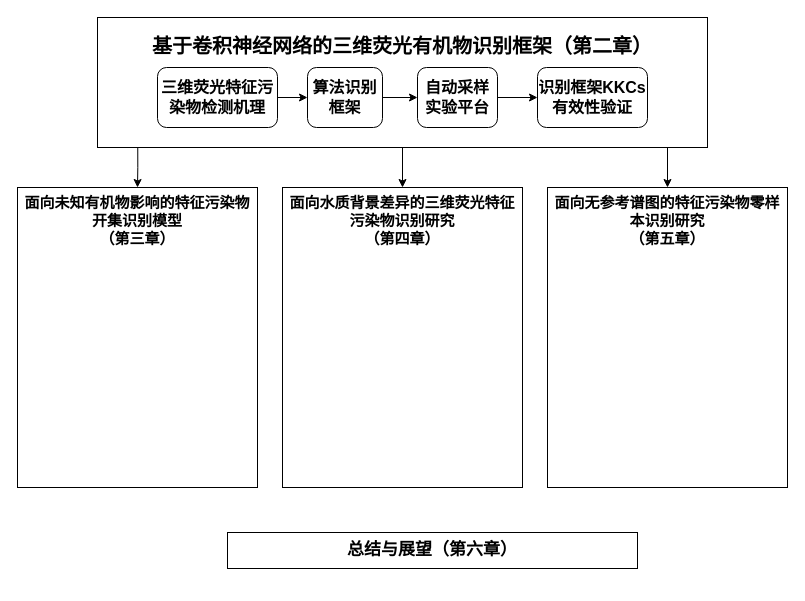
The draw.io diagram thesis.drawio in chbambooshoot/digram, before the edit. Source tidied: cells renumbered, new cells numbered last; positions are measured from the earlier drawing's top-left corner, leaving out a move shared by most shapes. Both pictures are drawn from the tidied source at 100%, with x=0, y=0 at pixel (17, 17).
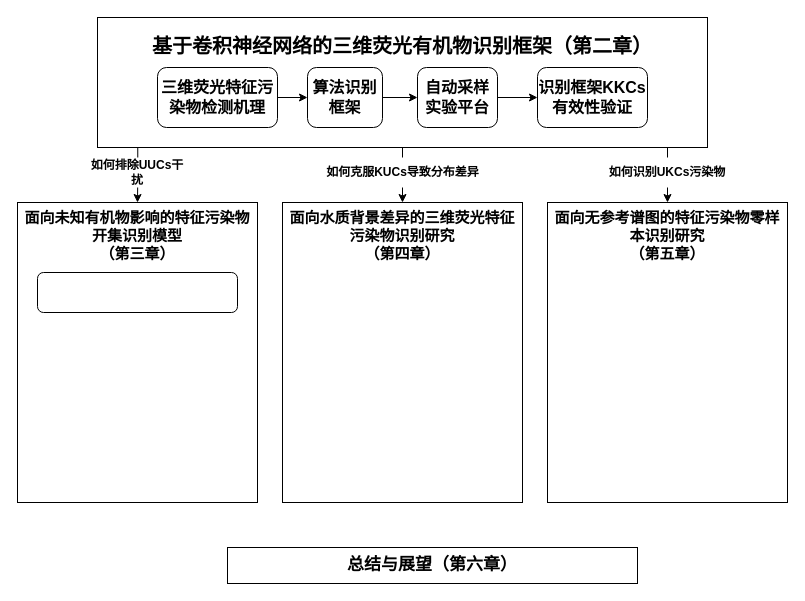
The same page after the edit.

Unchanged cells that the change refers to:
```xml
<mxCell id="3" value="&lt;font size=&quot;1&quot; style=&quot;&quot;&gt;&lt;span style=&quot;text-indent: 0cm; background-color: initial;&quot;&gt;&lt;b style=&quot;font-size: 20px;&quot;&gt;基于卷积神经网络的三维荧光有机物识别框架（第二章）&lt;br&gt;&lt;/b&gt;&lt;/span&gt;&lt;/font&gt;&lt;br&gt;&lt;br&gt;&lt;br&gt;&lt;br&gt;&lt;h1 style=&quot;text-indent:0cm;mso-list:l0 level1 lfo1&quot;&gt;&lt;span lang=&quot;EN-US&quot;&gt;&lt;/span&gt;&lt;/h1&gt;" style="rounded=0;whiteSpace=wrap;html=1;fontFamily=仿宋;" parent="1" vertex="1">
  <mxGeometry x="80" width="610" height="130" as="geometry" />
</mxCell>
```

Diff of the diagram source:
```diff
@@
     <mxCell id="4" value="&lt;font style=&quot;border-color: var(--border-color); font-size: 15px;&quot;&gt;&lt;b style=&quot;border-color: var(--border-color); font-size: 15px;&quot;&gt;面向未知有机物影响的特征污染物开集识别模型&lt;br&gt;（第三章）&lt;br&gt;&lt;br&gt;&lt;br&gt;&lt;br&gt;&lt;br&gt;&lt;br style=&quot;font-size: 15px;&quot;&gt;&lt;br style=&quot;font-size: 15px;&quot;&gt;&lt;br style=&quot;font-size: 15px;&quot;&gt;&lt;br style=&quot;font-size: 15px;&quot;&gt;&lt;br style=&quot;font-size: 15px;&quot;&gt;&lt;br style=&quot;font-size: 15px;&quot;&gt;&lt;br style=&quot;font-size: 15px;&quot;&gt;&lt;br style=&quot;font-size: 15px;&quot;&gt;&lt;br style=&quot;border-color: var(--border-color); font-size: 15px;&quot;&gt;&lt;/b&gt;&lt;/font&gt;" style="rounded=0;whiteSpace=wrap;html=1;fontFamily=仿宋;fontSize=15;" parent="1" vertex="1">
-      <mxGeometry y="170" width="240" height="300" as="geometry" />
+      <mxGeometry y="185" width="240" height="300" as="geometry" />
     </mxCell>
     <mxCell id="5" value="&lt;font style=&quot;border-color: var(--border-color); font-size: 15px;&quot;&gt;&lt;b style=&quot;border-color: var(--border-color); font-size: 15px;&quot;&gt;面向水质背景差异的三维荧光特征污染物识别研究&lt;br style=&quot;font-size: 15px;&quot;&gt;（第四章）&lt;br&gt;&lt;br&gt;&lt;br&gt;&lt;br&gt;&lt;br&gt;&lt;br style=&quot;font-size: 15px;&quot;&gt;&lt;b style=&quot;border-color: var(--border-color); font-size: 15px;&quot;&gt;&lt;br style=&quot;border-color: var(--border-color); font-size: 15px;&quot;&gt;&lt;br style=&quot;border-color: var(--border-color); font-size: 15px;&quot;&gt;&lt;br style=&quot;border-color: var(--border-color); font-size: 15px;&quot;&gt;&lt;br style=&quot;border-color: var(--border-color); font-size: 15px;&quot;&gt;&lt;br style=&quot;border-color: var(--border-color); font-size: 15px;&quot;&gt;&lt;br style=&quot;border-color: var(--border-color); font-size: 15px;&quot;&gt;&lt;br style=&quot;border-color: var(--border-color); font-size: 15px;&quot;&gt;&lt;br style=&quot;border-color: var(--border-color); font-size: 15px;&quot;&gt;&lt;/b&gt;&lt;/b&gt;&lt;/font&gt;" style="rounded=0;whiteSpace=wrap;html=1;fontFamily=仿宋;fontSize=15;" parent="1" vertex="1">
-      <mxGeometry x="265" y="170" width="240" height="300" as="geometry" />
+      <mxGeometry x="265" y="185" width="240" height="300" as="geometry" />
     </mxCell>
     <mxCell id="6" value="&lt;font style=&quot;border-color: var(--border-color); font-size: 15px;&quot;&gt;&lt;b style=&quot;border-color: var(--border-color); font-size: 15px;&quot;&gt;面向无参考谱图的特征污染物零样本识别研究&lt;br style=&quot;font-size: 15px;&quot;&gt;（第五章）&lt;br&gt;&lt;br&gt;&lt;br&gt;&lt;br&gt;&lt;br&gt;&lt;br style=&quot;font-size: 15px;&quot;&gt;&lt;b style=&quot;border-color: var(--border-color); font-size: 15px;&quot;&gt;&lt;br style=&quot;border-color: var(--border-color); font-size: 15px;&quot;&gt;&lt;br style=&quot;border-color: var(--border-color); font-size: 15px;&quot;&gt;&lt;br style=&quot;border-color: var(--border-color); font-size: 15px;&quot;&gt;&lt;br style=&quot;border-color: var(--border-color); font-size: 15px;&quot;&gt;&lt;br style=&quot;border-color: var(--border-color); font-size: 15px;&quot;&gt;&lt;br style=&quot;border-color: var(--border-color); font-size: 15px;&quot;&gt;&lt;br style=&quot;border-color: var(--border-color); font-size: 15px;&quot;&gt;&lt;br style=&quot;border-color: var(--border-color); font-size: 15px;&quot;&gt;&lt;/b&gt;&lt;/b&gt;&lt;/font&gt;" style="rounded=0;whiteSpace=wrap;html=1;fontFamily=仿宋;fontSize=15;" parent="1" vertex="1">
-      <mxGeometry x="530" y="170" width="240" height="300" as="geometry" />
+      <mxGeometry x="530" y="185" width="240" height="300" as="geometry" />
     </mxCell>
     <mxCell id="7" value="&lt;b&gt;&lt;font style=&quot;font-size: 17px;&quot;&gt;总结与展望（第六章）&lt;/font&gt;&lt;/b&gt;" style="rounded=0;whiteSpace=wrap;html=1;fontFamily=仿宋;" parent="1" vertex="1">
-      <mxGeometry x="210" y="515" width="410" height="36" as="geometry" />
+      <mxGeometry x="210" y="530" width="410" height="36" as="geometry" />
     </mxCell>
@@
-    <mxCell id="15" style="edgeStyle=orthogonalEdgeStyle;rounded=0;jettySize=auto;html=1;exitX=0.066;exitY=0.998;exitDx=0;exitDy=0;exitPerimeter=0;" parent="1" edge="1" source="3">
-      <mxGeometry relative="1" as="geometry">
-        <mxPoint x="120" y="170" as="targetPoint" />
-      </mxGeometry>
+    <mxCell id="15" style="edgeStyle=orthogonalEdgeStyle;rounded=0;jettySize=auto;html=1;exitX=0.066;exitY=0.998;exitDx=0;exitDy=0;exitPerimeter=0;entryX=0.5;entryY=0;entryDx=0;entryDy=0;" parent="1" edge="1" source="3" target="4">
+      <mxGeometry relative="1" as="geometry" />
     </mxCell>
@@
+    <mxCell id="17" style="rounded=1;whiteSpace=wrap;html=1;" parent="1" vertex="1">
+      <mxGeometry x="20" y="255" width="200" height="40" as="geometry" />
+    </mxCell>
+    <mxCell id="18" value="如何排除UUCs干扰" style="text;html=1;align=center;verticalAlign=middle;whiteSpace=wrap;rounded=0;fontFamily=仿宋;fontStyle=1;fillColor=default;" parent="1" vertex="1">
+      <mxGeometry x="70" y="140" width="100" height="30" as="geometry" />
+    </mxCell>
+    <mxCell id="19" value="如何克服KUCs导致分布差异" style="text;html=1;strokeColor=none;fillColor=default;align=center;verticalAlign=middle;whiteSpace=wrap;rounded=0;fontFamily=仿宋;fontStyle=1;" parent="1" vertex="1">
+      <mxGeometry x="307.5" y="140" width="155" height="30" as="geometry" />
+    </mxCell>
+    <mxCell id="20" value="如何识别UKCs污染物" style="text;html=1;strokeColor=none;fillColor=default;align=center;verticalAlign=middle;whiteSpace=wrap;rounded=0;fontFamily=仿宋;fontStyle=1;" parent="1" vertex="1">
+      <mxGeometry x="590" y="140" width="120" height="30" as="geometry" />
+    </mxCell>
```
